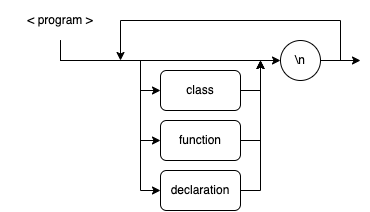
Above: syntax_diagram/program.png in ricardomongza99/typeton (draw.io), before the change. Source tidied: cells renumbered, new cells last; positions are measured from the earlier drawing's top-left corner, leaving out a move shared by most shapes.
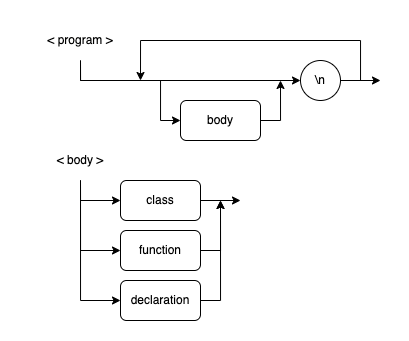
Above is the later version.

Change to the diagram source:
```diff
@@ -2,80 +2,82 @@
   <root>
     <mxCell id="0" />
     <mxCell id="1" parent="0" />
-    <mxCell id="2" style="edgeStyle=orthogonalEdgeStyle;rounded=0;jettySize=auto;html=1;" parent="1" edge="1" source="3">
-      <mxGeometry relative="1" as="geometry">
-        <mxPoint x="260" y="60" as="targetPoint" />
-      </mxGeometry>
+    <mxCell id="2" style="edgeStyle=orthogonalEdgeStyle;rounded=0;jettySize=auto;html=1;entryX=0;entryY=0.5;entryDx=0;entryDy=0;exitX=0.5;exitY=1;exitDx=0;exitDy=0;" parent="1" edge="1" source="4" target="7">
+      <mxGeometry relative="1" as="geometry" />
     </mxCell>
-    <mxCell id="3" value="class" style="rounded=1;whiteSpace=wrap;html=1;" parent="1" vertex="1">
-      <mxGeometry x="160" y="70" width="80" height="40" as="geometry" />
+    <mxCell id="3" style="edgeStyle=orthogonalEdgeStyle;rounded=0;jettySize=auto;html=1;entryX=0;entryY=0.5;entryDx=0;entryDy=0;exitX=0.5;exitY=1;exitDx=0;exitDy=0;" parent="1" edge="1" source="4" target="19">
+      <mxGeometry relative="1" as="geometry">
+        <Array as="points">
+          <mxPoint x="120" y="70" />
+          <mxPoint x="200" y="70" />
+          <mxPoint x="200" y="110" />
+        </Array>
+      </mxGeometry>
     </mxCell>
-    <mxCell id="4" style="edgeStyle=orthogonalEdgeStyle;rounded=0;jettySize=auto;html=1;" parent="1" edge="1" source="5">
-      <mxGeometry relative="1" as="geometry">
-        <mxPoint x="260" y="60" as="targetPoint" />
-      </mxGeometry>
+    <mxCell id="4" value="&amp;lt; program &amp;gt;" style="text;html=1;strokeColor=none;fillColor=none;align=center;verticalAlign=middle;whiteSpace=wrap;rounded=0;" parent="1" vertex="1">
+      <mxGeometry x="60" y="10" width="120" height="40" as="geometry" />
     </mxCell>
-    <mxCell id="5" value="function" style="rounded=1;whiteSpace=wrap;html=1;" parent="1" vertex="1">
-      <mxGeometry x="160" y="120" width="80" height="40" as="geometry" />
+    <mxCell id="5" style="edgeStyle=orthogonalEdgeStyle;rounded=0;jettySize=auto;html=1;" parent="1" edge="1" source="7">
+      <mxGeometry relative="1" as="geometry">
+        <mxPoint x="420" y="70" as="targetPoint" />
+      </mxGeometry>
     </mxCell>
-    <mxCell id="6" style="edgeStyle=orthogonalEdgeStyle;rounded=0;jettySize=auto;html=1;entryX=0;entryY=0.5;entryDx=0;entryDy=0;exitX=0.5;exitY=1;exitDx=0;exitDy=0;" parent="1" edge="1" source="10" target="15">
-      <mxGeometry relative="1" as="geometry" />
+    <mxCell id="6" style="edgeStyle=orthogonalEdgeStyle;rounded=0;jettySize=auto;html=1;exitX=1;exitY=0.5;exitDx=0;exitDy=0;" parent="1" edge="1" source="7">
+      <mxGeometry relative="1" as="geometry">
+        <mxPoint x="180" y="70" as="targetPoint" />
+        <Array as="points">
+          <mxPoint x="400" y="70" />
+          <mxPoint x="400" y="30" />
+          <mxPoint x="180" y="30" />
+        </Array>
+      </mxGeometry>
     </mxCell>
-    <mxCell id="7" style="edgeStyle=orthogonalEdgeStyle;rounded=0;jettySize=auto;html=1;entryX=0;entryY=0.5;entryDx=0;entryDy=0;exitX=0.5;exitY=1;exitDx=0;exitDy=0;" parent="1" edge="1" source="10" target="3">
-      <mxGeometry relative="1" as="geometry">
-        <Array as="points">
-          <mxPoint x="60" y="60" />
-          <mxPoint x="140" y="60" />
-          <mxPoint x="140" y="90" />
-        </Array>
-      </mxGeometry>
+    <mxCell id="7" value="\n" style="ellipse;whiteSpace=wrap;html=1;" parent="1" vertex="1">
+      <mxGeometry x="340" y="50" width="40" height="40" as="geometry" />
     </mxCell>
-    <mxCell id="8" style="edgeStyle=orthogonalEdgeStyle;rounded=0;jettySize=auto;html=1;entryX=0;entryY=0.5;entryDx=0;entryDy=0;exitX=0.5;exitY=1;exitDx=0;exitDy=0;" parent="1" edge="1" source="10" target="5">
-      <mxGeometry relative="1" as="geometry">
-        <Array as="points">
-          <mxPoint x="60" y="60" />
-          <mxPoint x="140" y="60" />
-          <mxPoint x="140" y="140" />
-        </Array>
-      </mxGeometry>
+    <mxCell id="8" style="edgeStyle=orthogonalEdgeStyle;rounded=0;jettySize=auto;html=1;entryX=0;entryY=0.5;entryDx=0;entryDy=0;exitX=0.5;exitY=1;exitDx=0;exitDy=0;" parent="1" edge="1" source="11" target="12">
+      <mxGeometry relative="1" as="geometry" />
     </mxCell>
-    <mxCell id="9" style="edgeStyle=orthogonalEdgeStyle;rounded=0;jettySize=auto;html=1;entryX=0;entryY=0.5;entryDx=0;entryDy=0;exitX=0.5;exitY=1;exitDx=0;exitDy=0;" parent="1" edge="1" source="10" target="12">
-      <mxGeometry relative="1" as="geometry">
-        <Array as="points">
-          <mxPoint x="60" y="60" />
-          <mxPoint x="140" y="60" />
-          <mxPoint x="140" y="190" />
-        </Array>
-      </mxGeometry>
+    <mxCell id="9" style="edgeStyle=orthogonalEdgeStyle;rounded=0;jettySize=auto;html=1;entryX=0;entryY=0.5;entryDx=0;entryDy=0;exitX=0.5;exitY=1;exitDx=0;exitDy=0;" parent="1" edge="1" source="11" target="14">
+      <mxGeometry relative="1" as="geometry" />
     </mxCell>
-    <mxCell id="10" value="&amp;lt; program &amp;gt;" style="text;html=1;strokeColor=none;fillColor=none;align=center;verticalAlign=middle;whiteSpace=wrap;rounded=0;" parent="1" vertex="1">
-      <mxGeometry width="120" height="40" as="geometry" />
+    <mxCell id="10" style="edgeStyle=orthogonalEdgeStyle;rounded=0;jettySize=auto;html=1;entryX=0;entryY=0.5;entryDx=0;entryDy=0;exitX=0.5;exitY=1;exitDx=0;exitDy=0;" parent="1" edge="1" source="11" target="16">
+      <mxGeometry relative="1" as="geometry" />
     </mxCell>
-    <mxCell id="11" style="edgeStyle=orthogonalEdgeStyle;rounded=0;jettySize=auto;html=1;" parent="1" edge="1" source="12">
-      <mxGeometry relative="1" as="geometry">
-        <mxPoint x="260" y="60" as="targetPoint" />
-      </mxGeometry>
+    <mxCell id="11" value="&amp;lt; body &amp;gt;" style="text;html=1;strokeColor=none;fillColor=none;align=center;verticalAlign=middle;whiteSpace=wrap;rounded=0;" parent="1" vertex="1">
+      <mxGeometry x="60" y="130" width="120" height="40" as="geometry" />
     </mxCell>
-    <mxCell id="12" value="declaration" style="rounded=1;whiteSpace=wrap;html=1;" parent="1" vertex="1">
+    <mxCell id="12" value="class" style="rounded=1;whiteSpace=wrap;html=1;" parent="1" vertex="1">
       <mxGeometry x="160" y="170" width="80" height="40" as="geometry" />
     </mxCell>
-    <mxCell id="13" style="edgeStyle=orthogonalEdgeStyle;rounded=0;jettySize=auto;html=1;" parent="1" edge="1" source="15">
+    <mxCell id="13" style="edgeStyle=orthogonalEdgeStyle;rounded=0;jettySize=auto;html=1;" parent="1" edge="1" source="14">
       <mxGeometry relative="1" as="geometry">
-        <mxPoint x="360" y="60" as="targetPoint" />
+        <mxPoint x="260" y="190" as="targetPoint" />
       </mxGeometry>
     </mxCell>
-    <mxCell id="14" style="edgeStyle=orthogonalEdgeStyle;rounded=0;jettySize=auto;html=1;exitX=1;exitY=0.5;exitDx=0;exitDy=0;" parent="1" edge="1" source="15">
-      <mxGeometry relative="1" as="geometry">
-        <mxPoint x="120" y="60" as="targetPoint" />
-        <Array as="points">
-          <mxPoint x="340" y="60" />
-          <mxPoint x="340" y="20" />
-          <mxPoint x="120" y="20" />
-        </Array>
-      </mxGeometry>
+    <mxCell id="14" value="function" style="rounded=1;whiteSpace=wrap;html=1;" parent="1" vertex="1">
+      <mxGeometry x="160" y="220" width="80" height="40" as="geometry" />
     </mxCell>
-    <mxCell id="15" value="\n" style="ellipse;whiteSpace=wrap;html=1;" parent="1" vertex="1">
-      <mxGeometry x="280" y="40" width="40" height="40" as="geometry" />
+    <mxCell id="15" style="edgeStyle=orthogonalEdgeStyle;rounded=0;jettySize=auto;html=1;" parent="1" edge="1" source="16">
+      <mxGeometry relative="1" as="geometry">
+        <mxPoint x="260" y="190" as="targetPoint" />
+      </mxGeometry>
     </mxCell>
+    <mxCell id="16" value="declaration" style="rounded=1;whiteSpace=wrap;html=1;" parent="1" vertex="1">
+      <mxGeometry x="160" y="270" width="80" height="40" as="geometry" />
+    </mxCell>
+    <mxCell id="17" style="edgeStyle=orthogonalEdgeStyle;rounded=0;jettySize=auto;html=1;" parent="1" edge="1" source="12">
+      <mxGeometry relative="1" as="geometry">
+        <mxPoint x="280" y="190" as="targetPoint" />
+      </mxGeometry>
+    </mxCell>
+    <mxCell id="18" style="edgeStyle=orthogonalEdgeStyle;rounded=0;jettySize=auto;html=1;" parent="1" edge="1" source="19">
+      <mxGeometry relative="1" as="geometry">
+        <mxPoint x="320" y="70" as="targetPoint" />
+      </mxGeometry>
+    </mxCell>
+    <mxCell id="19" value="body" style="rounded=1;whiteSpace=wrap;html=1;" parent="1" vertex="1">
+      <mxGeometry x="220" y="90" width="80" height="40" as="geometry" />
+    </mxCell>
   </root>
 </mxGraphModel>
```
